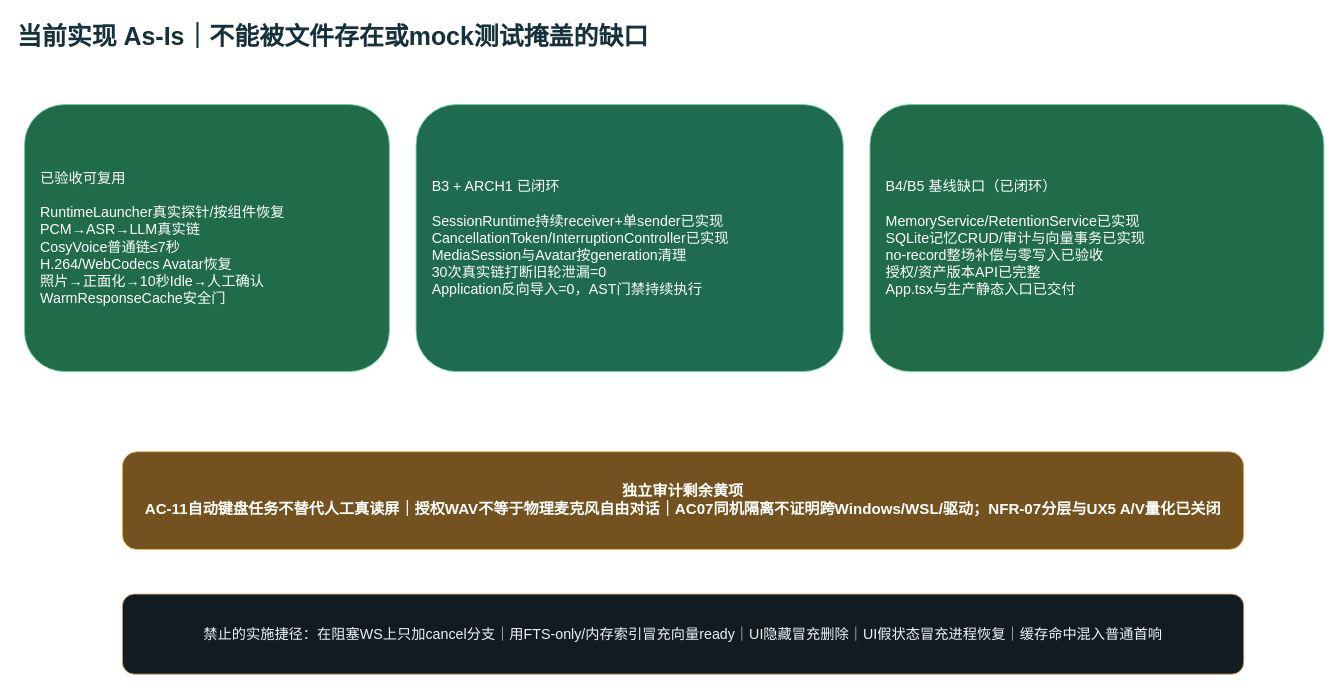
Above: page "02-当前实现与真实缺口" (2 of 8) of docs/cyberWife-b3-b5-delivery-gap.drawio in ljx418/cyberWife (draw.io), before the change. Source tidied: cells renumbered, new cells numbered last; positions are measured from the earlier drawing's top-left corner, leaving out a move shared by most shapes. Both pictures are drawn from the tidied source at 89%, with x=0, y=0 at pixel (15, 15).
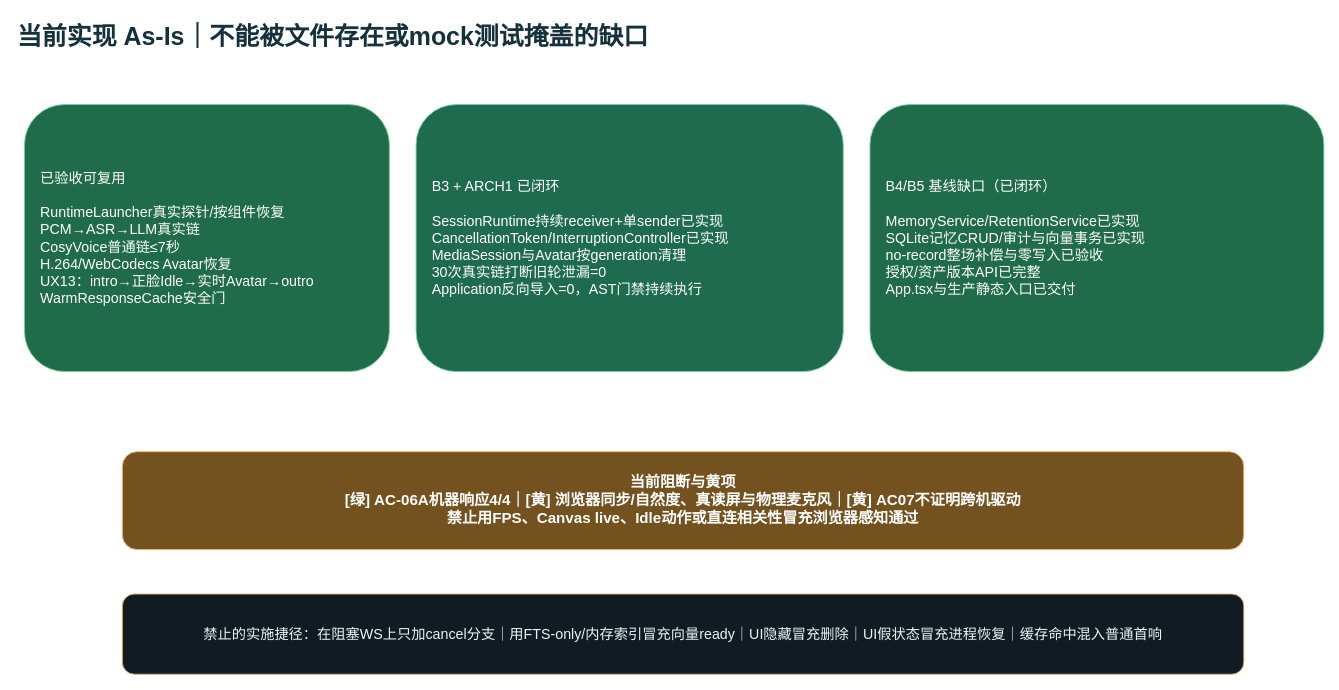
The same page after the edit.

Change to the diagram source:
```diff
@@
 <mxGraphModel>
   <root>
     <mxCell id="0" />
     <mxCell id="1" parent="0" />
     <mxCell id="2" value="当前实现 As-Is｜不能被文件存在或mock测试掩盖的缺口" style="text;html=1;fontSize=28;fontStyle=1;fontColor=#15313B;" parent="1" vertex="1">
       <mxGeometry width="1300" height="50" as="geometry" />
     </mxCell>
-    <mxCell id="3" value="已验收可复用&#10;&#10;RuntimeLauncher真实探针/按组件恢复&#10;PCM→ASR→LLM真实链&#10;CosyVoice普通链≤7秒&#10;H.264/WebCodecs Avatar恢复&#10;照片→正面化→10秒Idle→人工确认&#10;WarmResponseCache安全门" style="rounded=1;html=1;whiteSpace=wrap;fillColor=#1F6B4A;strokeColor=#6ED39C;fontColor=#FFFFFF;align=left;spacing=18;fontSize=16;" parent="1" vertex="1">
+    <mxCell id="3" value="已验收可复用&#10;&#10;RuntimeLauncher真实探针/按组件恢复&#10;PCM→ASR→LLM真实链&#10;CosyVoice普通链≤7秒&#10;H.264/WebCodecs Avatar恢复&#10;UX13：intro→正脸Idle→实时Avatar→outro&#10;WarmResponseCache安全门" style="rounded=1;html=1;whiteSpace=wrap;fillColor=#1F6B4A;strokeColor=#6ED39C;fontColor=#FFFFFF;align=left;spacing=18;fontSize=16;" parent="1" vertex="1">
       <mxGeometry x="10" y="100" width="410" height="300" as="geometry" />
     </mxCell>
     <mxCell id="4" value="B3 + ARCH1 已闭环&#10;&#10;SessionRuntime持续receiver+单sender已实现&#10;CancellationToken/InterruptionController已实现&#10;MediaSession与Avatar按generation清理&#10;30次真实链打断旧轮泄漏=0&#10;Application反向导入=0，AST门禁持续执行" style="rounded=1;html=1;whiteSpace=wrap;fillColor=#1E6B50;strokeColor=#70D6A7;fontColor=#FFFFFF;align=left;spacing=18;fontSize=16;" parent="1" vertex="1">
       <mxGeometry x="450" y="100" width="480" height="300" as="geometry" />
     </mxCell>
     <mxCell id="5" value="B4/B5 基线缺口（已闭环）&#10;&#10;MemoryService/RetentionService已实现&#10;SQLite记忆CRUD/审计与向量事务已实现&#10;no-record整场补偿与零写入已验收&#10;授权/资产版本API已完整&#10;App.tsx与生产静态入口已交付" style="rounded=1;html=1;whiteSpace=wrap;fillColor=#1F6B4A;strokeColor=#6ED39C;fontColor=#FFFFFF;align=left;spacing=18;fontSize=16;" parent="1" vertex="1">
       <mxGeometry x="960" y="100" width="510" height="300" as="geometry" />
     </mxCell>
-    <mxCell id="6" value="独立审计剩余黄项&#10;AC-11自动键盘任务不替代人工真读屏｜授权WAV不等于物理麦克风自由对话｜AC07同机隔离不证明跨Windows/WSL/驱动；NFR-07分层与UX5 A/V量化已关闭" style="rounded=1;html=1;whiteSpace=wrap;fillColor=#73521F;strokeColor=#F2BD6B;fontColor=#FFFFFF;fontStyle=1;fontSize=17;" parent="1" vertex="1">
+    <mxCell id="6" value="当前阻断与黄项&#10;[绿] AC-06A机器响应4/4｜[黄] 浏览器同步/自然度、真读屏与物理麦克风｜[黄] AC07不证明跨机驱动&#10;禁止用FPS、Canvas live、Idle动作或直连相关性冒充浏览器感知通过" style="rounded=1;html=1;whiteSpace=wrap;fillColor=#73521F;strokeColor=#F2BD6B;fontColor=#FFFFFF;fontStyle=1;fontSize=17;" parent="1" vertex="1">
       <mxGeometry x="120" y="490" width="1260" height="110" as="geometry" />
     </mxCell>
     <mxCell id="7" value="禁止的实施捷径：在阻塞WS上只加cancel分支｜用FTS-only/内存索引冒充向量ready｜UI隐藏冒充删除｜UI假状态冒充进程恢复｜缓存命中混入普通首响" style="rounded=1;html=1;whiteSpace=wrap;fillColor=#101B22;strokeColor=#E4A668;fontColor=#EDF4F5;fontSize=16;" parent="1" vertex="1">
       <mxGeometry x="120" y="650" width="1260" height="90" as="geometry" />
     </mxCell>
   </root>
 </mxGraphModel>
```
